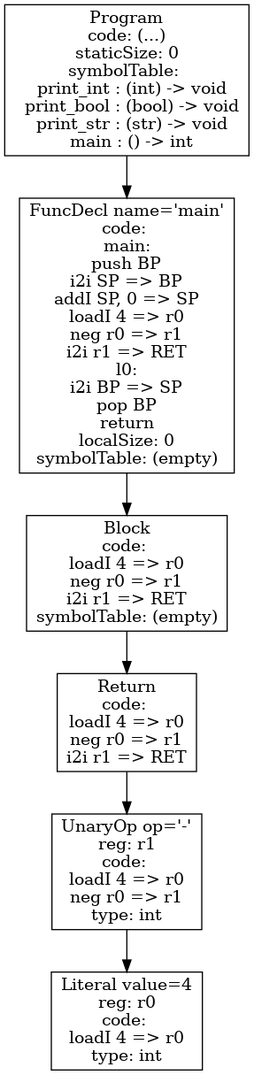
Earlier version of the Graphviz export p4-codegen/iloc-tree.png (dada1802/cs432-project). Its source is kept beside it as p4-codegen/iloc-tree.dot. The source it was exported from:
```dot
digraph AST {
5 [shape=box, label="Literal value=4\nreg: r0\ncode: \nloadI 4 => r0\ntype: int"];
4 [shape=box, label="UnaryOp op='-'\nreg: r1\ncode: \nloadI 4 => r0\nneg r0 => r1\ntype: int"];
4 -> 5;
3 [shape=box, label="Return\ncode: \nloadI 4 => r0\nneg r0 => r1\ni2i r1 => RET"];
3 -> 4;
2 [shape=box, label="Block\ncode: \nloadI 4 => r0\nneg r0 => r1\ni2i r1 => RET\nsymbolTable: (empty)"];
2 -> 3;
1 [shape=box, label="FuncDecl name='main'\ncode: \nmain:\npush BP\ni2i SP => BP\naddI SP, 0 => SP\nloadI 4 => r0\nneg r0 => r1\ni2i r1 => RET\nl0:\ni2i BP => SP\npop BP\nreturn\nlocalSize: 0\nsymbolTable: (empty)"];
1 -> 2;
0 [shape=box, label="Program\ncode: (...)\nstaticSize: 0\nsymbolTable: \n  print_int : (int) -> void\n  print_bool : (bool) -> void\n  print_str : (str) -> void\n  main : () -> int"];
0 -> 1;
}
```
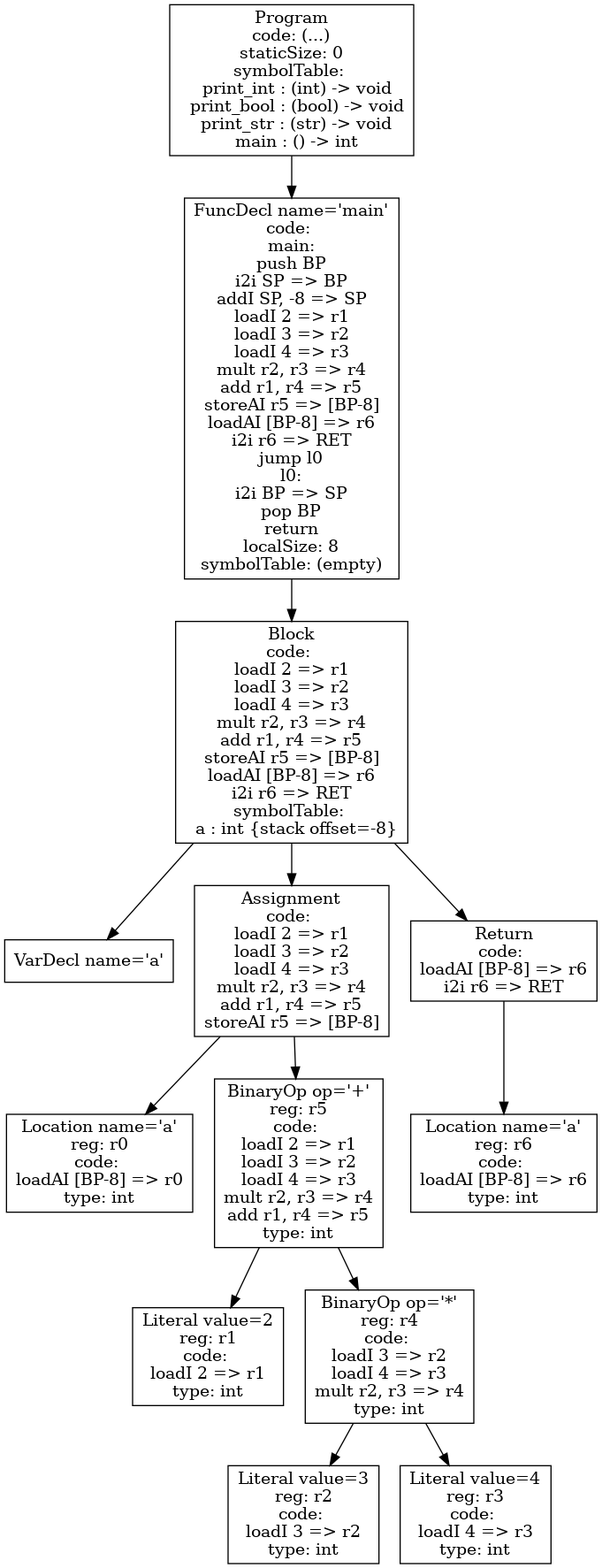
The same diagram one commit later.

Change to the diagram source:
```diff
@@ -1,12 +1,26 @@
 digraph AST {
-5 [shape=box, label="Literal value=4\nreg: r0\ncode: \nloadI 4 => r0\ntype: int"];
-4 [shape=box, label="UnaryOp op='-'\nreg: r1\ncode: \nloadI 4 => r0\nneg r0 => r1\ntype: int"];
+3 [shape=box, label="VarDecl name='a'"];
+5 [shape=box, label="Location name='a'\nreg: r0\ncode: \nloadAI [BP-8] => r0\ntype: int"];
+7 [shape=box, label="Literal value=2\nreg: r1\ncode: \nloadI 2 => r1\ntype: int"];
+9 [shape=box, label="Literal value=3\nreg: r2\ncode: \nloadI 3 => r2\ntype: int"];
+10 [shape=box, label="Literal value=4\nreg: r3\ncode: \nloadI 4 => r3\ntype: int"];
+8 [shape=box, label="BinaryOp op='*'\nreg: r4\ncode: \nloadI 3 => r2\nloadI 4 => r3\nmult r2, r3 => r4\ntype: int"];
+8 -> 9;
+8 -> 10;
+6 [shape=box, label="BinaryOp op='+'\nreg: r5\ncode: \nloadI 2 => r1\nloadI 3 => r2\nloadI 4 => r3\nmult r2, r3 => r4\nadd r1, r4 => r5\ntype: int"];
+6 -> 7;
+6 -> 8;
+4 [shape=box, label="Assignment\ncode: \nloadI 2 => r1\nloadI 3 => r2\nloadI 4 => r3\nmult r2, r3 => r4\nadd r1, r4 => r5\nstoreAI r5 => [BP-8]"];
 4 -> 5;
-3 [shape=box, label="Return\ncode: \nloadI 4 => r0\nneg r0 => r1\ni2i r1 => RET"];
-3 -> 4;
-2 [shape=box, label="Block\ncode: \nloadI 4 => r0\nneg r0 => r1\ni2i r1 => RET\nsymbolTable: (empty)"];
+4 -> 6;
+12 [shape=box, label="Location name='a'\nreg: r6\ncode: \nloadAI [BP-8] => r6\ntype: int"];
+11 [shape=box, label="Return\ncode: \nloadAI [BP-8] => r6\ni2i r6 => RET"];
+11 -> 12;
+2 [shape=box, label="Block\ncode: \nloadI 2 => r1\nloadI 3 => r2\nloadI 4 => r3\nmult r2, r3 => r4\nadd r1, r4 => r5\nstoreAI r5 => [BP-8]\nloadAI [BP-8] => r6\ni2i r6 => RET\nsymbolTable: \n  a : int {stack offset=-8}"];
 2 -> 3;
-1 [shape=box, label="FuncDecl name='main'\ncode: \nmain:\npush BP\ni2i SP => BP\naddI SP, 0 => SP\nloadI 4 => r0\nneg r0 => r1\ni2i r1 => RET\nl0:\ni2i BP => SP\npop BP\nreturn\nlocalSize: 0\nsymbolTable: (empty)"];
+2 -> 4;
+2 -> 11;
+1 [shape=box, label="FuncDecl name='main'\ncode: \nmain:\npush BP\ni2i SP => BP\naddI SP, -8 => SP\nloadI 2 => r1\nloadI 3 => r2\nloadI 4 => r3\nmult r2, r3 => r4\nadd r1, r4 => r5\nstoreAI r5 => [BP-8]\nloadAI [BP-8] => r6\ni2i r6 => RET\njump l0\nl0:\ni2i BP => SP\npop BP\nreturn\nlocalSize: 8\nsymbolTable: (empty)"];
 1 -> 2;
 0 [shape=box, label="Program\ncode: (...)\nstaticSize: 0\nsymbolTable: \n  print_int : (int) -> void\n  print_bool : (bool) -> void\n  print_str : (str) -> void\n  main : () -> int"];
 0 -> 1;
```
